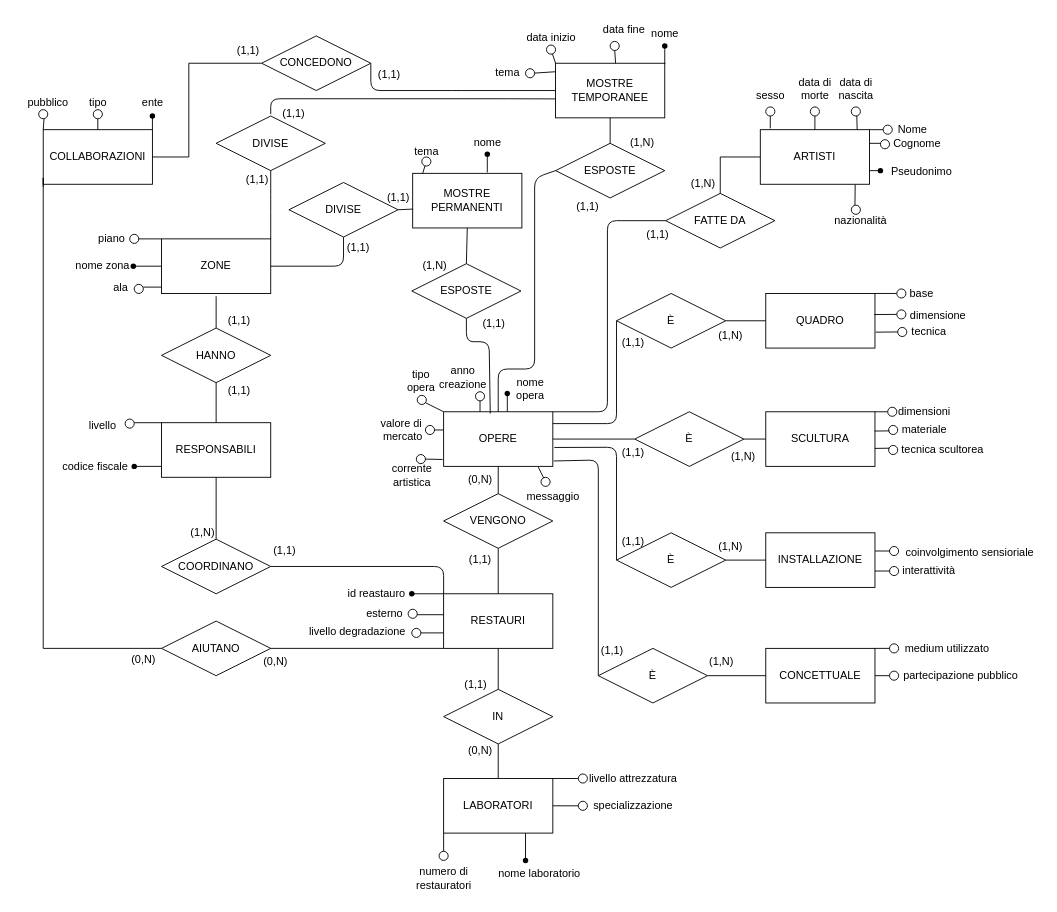
Above: museo-ristrutturato.drawio in ColdBerri/Database-Unipd-2025 (draw.io), before the change. Source tidied: cells renumbered, new cells numbered last; positions are measured from the earlier drawing's top-left corner, leaving out a move shared by most shapes. Both pictures are drawn from the tidied source at 91%, with x=0, y=0 at pixel (15, 15).
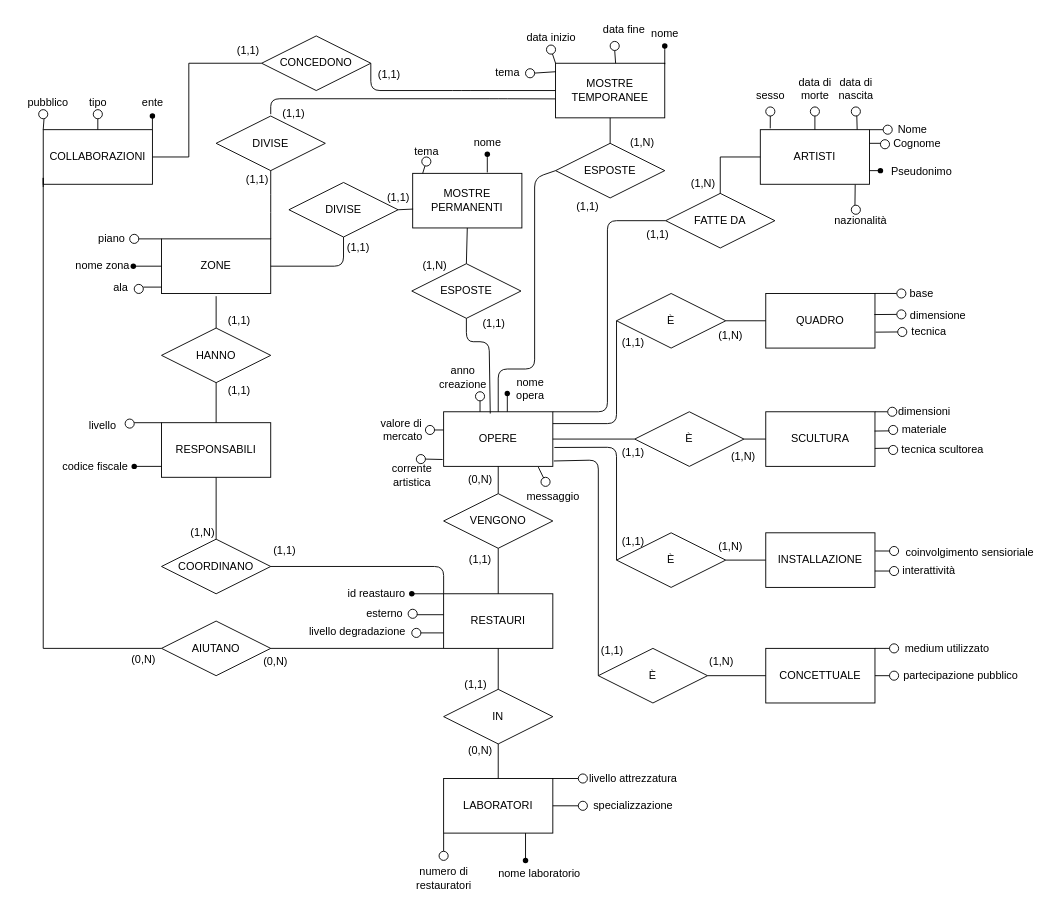
Above is the later version.

Commit message (it also covers changes not shown here):
tolto tipo opera dallo schema

Diff of the diagram source:
```diff
@@
-    <mxCell id="32" style="ellipse;whiteSpace=wrap;html=1;" parent="1" vertex="1">
-      <mxGeometry x="441" y="417" width="10" height="10" as="geometry" />
-    </mxCell>
@@
-    <mxCell id="52" style="endArrow=none;html=1;" parent="1" edge="1">
-      <mxGeometry relative="1" as="geometry">
-        <mxPoint x="450" y="425" as="sourcePoint" />
-        <mxPoint x="470" y="435" as="targetPoint" />
-      </mxGeometry>
-    </mxCell>
-    <mxCell id="53" value="tipo&lt;br&gt;opera" style="text;html=1;align=center;verticalAlign=middle;strokeColor=none;fillColor=none;" parent="1" vertex="1">
-      <mxGeometry x="420" y="381" width="50" height="40" as="geometry" />
-    </mxCell>
```
